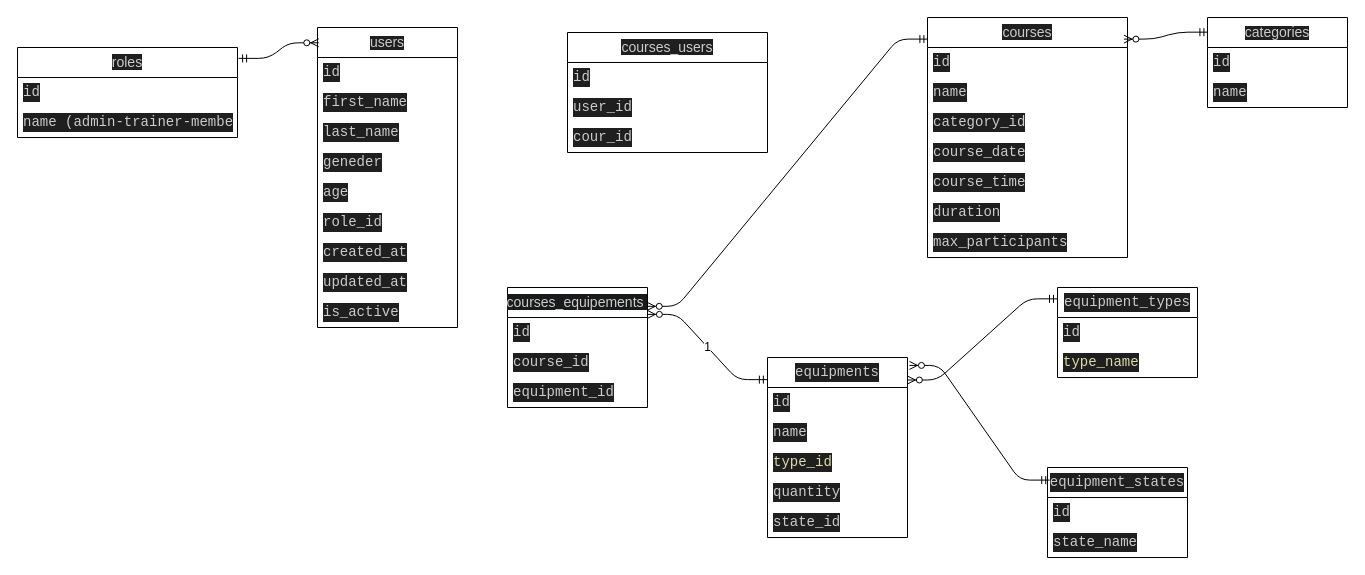
Earlier version of the draw.io diagram erd.drawio (hamzalafsioui/FitManager). Source tidied: cells renumbered, new cells numbered last; positions are measured from the earlier drawing's top-left corner, leaving out a move shared by most shapes. Both pictures are drawn from the tidied source at 100%, with x=0, y=0 at pixel (17, 17).
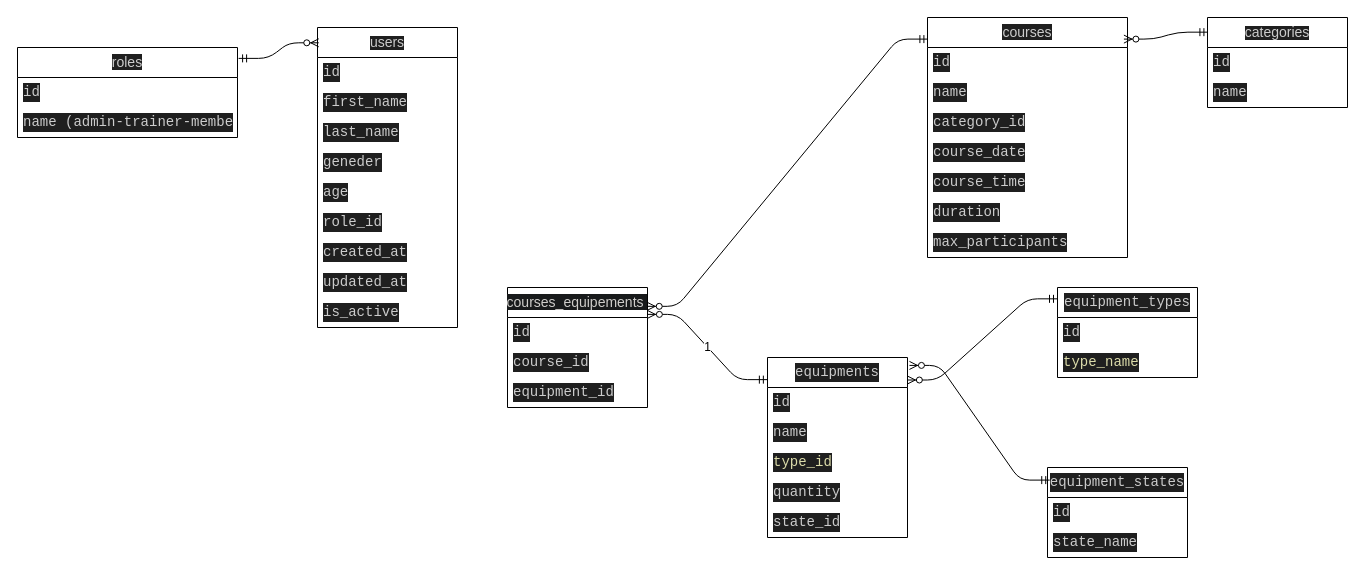
After the change.

What changed in the source:
```diff
@@
-    <mxCell id="47" value="&lt;font style=&quot;font-size: 14px; color: rgb(204, 204, 204); background-color: rgb(31, 31, 31);&quot;&gt;courses_users&lt;/font&gt;" style="swimlane;fontStyle=0;horizontal=1;startSize=30;whiteSpace=wrap;html=1;" parent="1" vertex="1">
-      <mxGeometry x="550" y="15" width="200" height="120" as="geometry" />
-    </mxCell>
-    <mxCell id="48" value="&lt;div style=&quot;color: rgb(204, 204, 204); background-color: rgb(31, 31, 31); font-family: Consolas, &amp;quot;Courier New&amp;quot;, monospace; font-size: 14px; line-height: 19px; white-space: pre;&quot;&gt;&lt;span style=&quot;color: #cccccc;&quot;&gt;id&lt;/span&gt;&lt;/div&gt;" style="text;strokeColor=none;fillColor=none;align=left;verticalAlign=middle;spacingLeft=4;spacingRight=4;overflow=hidden;whiteSpace=wrap;html=1;" parent="47" vertex="1">
-      <mxGeometry y="30" width="200" height="30" as="geometry" />
-    </mxCell>
-    <mxCell id="49" value="&lt;div style=&quot;background-color: rgb(31, 31, 31); font-family: Consolas, &amp;quot;Courier New&amp;quot;, monospace; font-size: 14px; line-height: 19px; white-space: pre;&quot;&gt;&lt;span&gt;&lt;font style=&quot;color: rgb(204, 204, 204);&quot;&gt;user_id&lt;/font&gt;&lt;/span&gt;&lt;/div&gt;" style="text;strokeColor=none;fillColor=none;align=left;verticalAlign=middle;spacingLeft=4;spacingRight=4;overflow=hidden;whiteSpace=wrap;html=1;" parent="47" vertex="1">
-      <mxGeometry y="60" width="200" height="30" as="geometry" />
-    </mxCell>
-    <mxCell id="50" value="&lt;div style=&quot;color: rgb(204, 204, 204); background-color: rgb(31, 31, 31); font-family: Consolas, &amp;quot;Courier New&amp;quot;, monospace; font-size: 14px; line-height: 19px; white-space: pre;&quot;&gt;&lt;span style=&quot;color: rgb(204, 204, 204);&quot;&gt;cour_id&lt;/span&gt;&lt;/div&gt;" style="text;strokeColor=none;fillColor=none;align=left;verticalAlign=middle;spacingLeft=4;spacingRight=4;overflow=hidden;whiteSpace=wrap;html=1;" parent="47" vertex="1">
-      <mxGeometry y="90" width="200" height="30" as="geometry" />
-    </mxCell>
```
